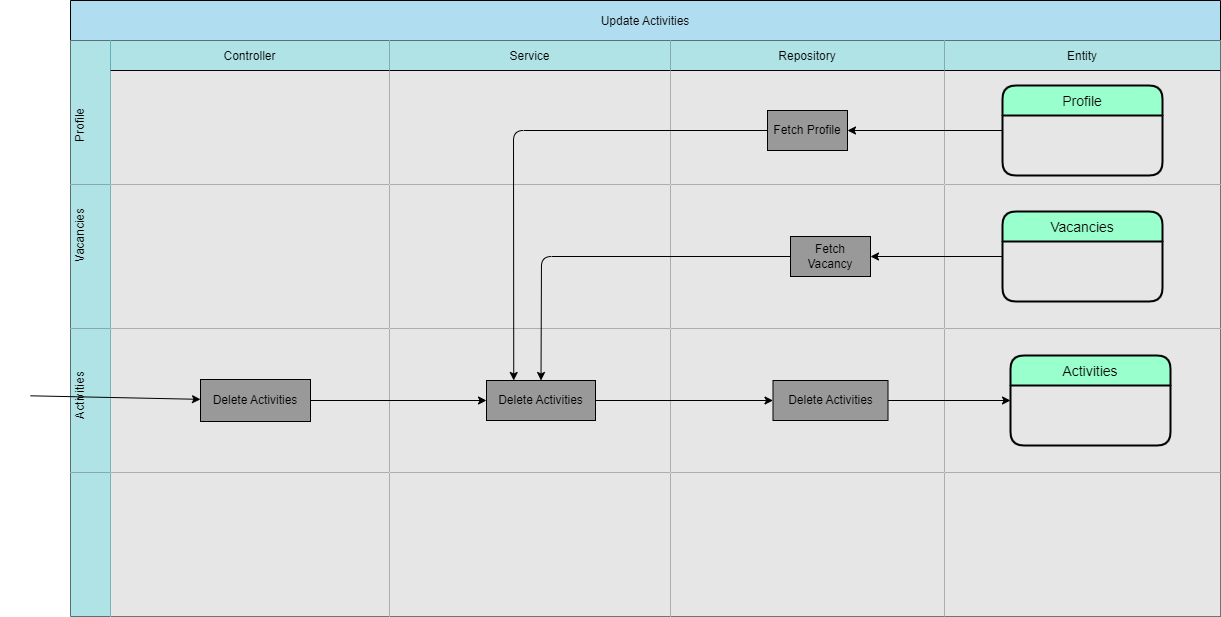
This is documents/asd/VAC-ASD-Delete-Activities-AS-v1.png from AaronSaya/educom-symfony-1690191754, a draw.io export, as it was before one commit. Source tidied: cells renumbered, new cells last; positions are measured from the earlier drawing's top-left corner, leaving out a move shared by most shapes.
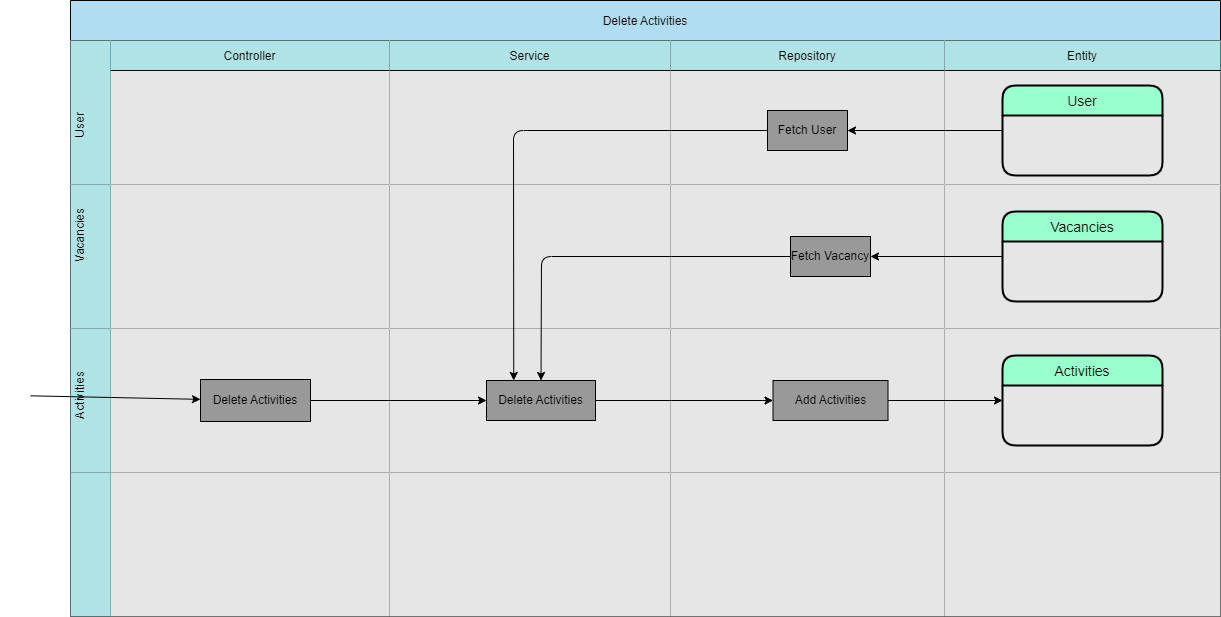
The same file after the commit.

Change to the diagram source:
```diff
@@ -2,7 +2,7 @@
   <root>
     <mxCell id="0" />
     <mxCell id="1" parent="0" />
-    <mxCell id="2" value="Update Activities" style="shape=table;startSize=40;fillColor=#b1ddf0;strokeColor=#000000;fontColor=#000000;" parent="1" vertex="1">
+    <mxCell id="2" value="Delete Activities" style="shape=table;startSize=40;fillColor=#b1ddf0;strokeColor=#000000;fontColor=#000000;" parent="1" vertex="1">
       <mxGeometry x="70" width="1150" height="616" as="geometry" />
     </mxCell>
     <mxCell id="3" style="shape=tableRow;horizontal=0;swimlaneHead=0;swimlaneBody=0;top=0;left=0;bottom=0;right=0;fontStyle=0;fillColor=#b0e3e6;startSize=40;strokeColor=#0e8088;fontColor=#000000;" parent="2" vertex="1">
@@ -17,13 +17,13 @@
     <mxCell id="6" value="Repository" style="swimlane;swimlaneHead=0;swimlaneBody=0;fontStyle=0;fillColor=#b0e3e6;startSize=30;strokeColor=#000000;fontColor=#000000;swimlaneFillColor=#E6E6E6;" parent="3" vertex="1">
       <mxGeometry x="600" width="274" height="144" as="geometry" />
     </mxCell>
-    <mxCell id="7" value="Fetch Profile" style="whiteSpace=wrap;html=1;fillColor=#999999;fontColor=#000000;" parent="6" vertex="1">
+    <mxCell id="7" value="Fetch User" style="whiteSpace=wrap;html=1;fillColor=#999999;fontColor=#000000;" parent="6" vertex="1">
       <mxGeometry x="97" y="70" width="80" height="40" as="geometry" />
     </mxCell>
     <mxCell id="8" value="Entity" style="swimlane;swimlaneHead=0;swimlaneBody=0;fontStyle=0;fillColor=#b0e3e6;startSize=30;strokeColor=#000000;fontColor=#000000;swimlaneFillColor=#E6E6E6;" parent="3" vertex="1">
       <mxGeometry x="874" width="276" height="144" as="geometry" />
     </mxCell>
-    <mxCell id="9" value="Profile" style="swimlane;horizontal=1;startSize=30;rounded=1;fontSize=14;fontStyle=0;strokeWidth=2;shadow=0;dashed=0;align=center;fillColor=#99FFCC;strokeColor=#000000;fontColor=#000000;" parent="8" vertex="1">
+    <mxCell id="9" value="User" style="swimlane;horizontal=1;startSize=30;rounded=1;fontSize=14;fontStyle=0;strokeWidth=2;shadow=0;dashed=0;align=center;fillColor=#99FFCC;strokeColor=#000000;fontColor=#000000;" parent="8" vertex="1">
       <mxGeometry x="58" y="45" width="160" height="90" as="geometry" />
     </mxCell>
     <mxCell id="10" style="edgeStyle=none;html=1;strokeColor=#000000;exitX=0;exitY=0.5;exitDx=0;exitDy=0;" parent="3" edge="1" source="9" target="7">
@@ -41,7 +41,7 @@
     <mxCell id="14" style="swimlane;swimlaneHead=0;swimlaneBody=0;fontStyle=0;fillColor=none;startSize=0;fontColor=#000000;swimlaneFillColor=#E6E6E6;strokeColor=#000000;" parent="11" vertex="1">
       <mxGeometry x="600" width="274" height="144" as="geometry" />
     </mxCell>
-    <mxCell id="15" value="Fetch Vacancy" style="whiteSpace=wrap;html=1;fillColor=#999999;fontColor=#000000;" parent="14" vertex="1">
+    <mxCell id="15" value="&lt;span style=&quot;&quot;&gt;Fetch&amp;nbsp;&lt;/span&gt;Vacancy" style="whiteSpace=wrap;html=1;fillColor=#999999;fontColor=#000000;" parent="14" vertex="1">
       <mxGeometry x="120" y="52" width="80" height="40" as="geometry" />
     </mxCell>
     <mxCell id="16" style="swimlane;swimlaneHead=0;swimlaneBody=0;fontStyle=0;fillColor=none;startSize=0;swimlaneFillColor=#E6E6E6;strokeColor=#000000;" parent="11" vertex="1">
@@ -59,26 +59,26 @@
     <mxCell id="20" style="swimlane;swimlaneHead=0;swimlaneBody=0;fontStyle=0;fillColor=none;startSize=0;swimlaneFillColor=#E6E6E6;strokeColor=#000000;" parent="19" vertex="1">
       <mxGeometry x="40" width="279" height="144" as="geometry" />
     </mxCell>
-    <mxCell id="21" value="Delete&amp;nbsp;&lt;span style=&quot;&quot;&gt;Activities&lt;/span&gt;" style="whiteSpace=wrap;html=1;fillColor=#999999;fillStyle=auto;fontColor=#000000;" parent="20" vertex="1">
+    <mxCell id="21" value="&lt;span style=&quot;&quot;&gt;Delete&amp;nbsp;&lt;/span&gt;&lt;span style=&quot;&quot;&gt;Activities&lt;/span&gt;" style="whiteSpace=wrap;html=1;fillColor=#999999;fillStyle=auto;fontColor=#000000;" parent="20" vertex="1">
       <mxGeometry x="90" y="51" width="110" height="42" as="geometry" />
     </mxCell>
     <mxCell id="22" style="swimlane;swimlaneHead=0;swimlaneBody=0;fontStyle=0;fillColor=none;startSize=0;swimlaneFillColor=#E6E6E6;strokeColor=#000000;" parent="19" vertex="1">
       <mxGeometry x="319" width="281" height="144" as="geometry" />
     </mxCell>
-    <mxCell id="23" value="Delete&amp;nbsp;&lt;span style=&quot;&quot;&gt;Activities&lt;/span&gt;" style="whiteSpace=wrap;html=1;fillColor=#999999;fontColor=#000000;" parent="22" vertex="1">
+    <mxCell id="23" value="&lt;span style=&quot;&quot;&gt;Delete&amp;nbsp;&lt;/span&gt;&lt;span style=&quot;&quot;&gt;Activities&lt;/span&gt;" style="whiteSpace=wrap;html=1;fillColor=#999999;fontColor=#000000;" parent="22" vertex="1">
       <mxGeometry x="97" y="52" width="109" height="40" as="geometry" />
     </mxCell>
     <mxCell id="24" style="swimlane;swimlaneHead=0;swimlaneBody=0;fontStyle=0;fillColor=none;startSize=0;swimlaneFillColor=#E6E6E6;strokeColor=#000000;" parent="19" vertex="1">
       <mxGeometry x="600" width="274" height="144" as="geometry" />
     </mxCell>
-    <mxCell id="25" value="Delete&amp;nbsp;&lt;span style=&quot;&quot;&gt;Activities&lt;/span&gt;" style="whiteSpace=wrap;html=1;fillColor=#999999;fontColor=#000000;align=center;" parent="24" vertex="1">
+    <mxCell id="25" value="&lt;span style=&quot;&quot;&gt;Add&amp;nbsp;&lt;/span&gt;&lt;span style=&quot;&quot;&gt;Activities&lt;/span&gt;" style="whiteSpace=wrap;html=1;fillColor=#999999;fontColor=#000000;align=center;" parent="24" vertex="1">
       <mxGeometry x="102.5" y="52" width="115" height="40" as="geometry" />
     </mxCell>
     <mxCell id="26" style="swimlane;swimlaneHead=0;swimlaneBody=0;fontStyle=0;fillColor=none;startSize=0;swimlaneFillColor=#E6E6E6;" parent="19" vertex="1">
       <mxGeometry x="874" width="276" height="144" as="geometry" />
     </mxCell>
     <mxCell id="27" value="Activities" style="swimlane;horizontal=1;startSize=30;rounded=1;fontSize=14;fontStyle=0;strokeWidth=2;shadow=0;dashed=0;align=center;fillColor=#99FFCC;strokeColor=#000000;fontColor=#000000;" parent="26" vertex="1">
-      <mxGeometry x="66" y="27" width="160" height="90" as="geometry" />
+      <mxGeometry x="58" y="27" width="160" height="90" as="geometry" />
     </mxCell>
     <mxCell id="28" style="edgeStyle=none;html=1;strokeColor=#000000;" parent="19" edge="1" source="23" target="25">
       <mxGeometry relative="1" as="geometry" />
@@ -86,9 +86,23 @@
     <mxCell id="29" style="edgeStyle=none;html=1;entryX=0;entryY=0.5;entryDx=0;entryDy=0;strokeColor=#000000;" parent="19" edge="1" source="21" target="23">
       <mxGeometry relative="1" as="geometry" />
     </mxCell>
-    <mxCell id="30" style="edgeStyle=none;html=1;entryX=0;entryY=0.5;entryDx=0;entryDy=0;strokeColor=#000000;" parent="19" edge="1" source="25" target="27">
+    <mxCell id="30" style="edgeStyle=none;html=1;exitX=1;exitY=0.5;exitDx=0;exitDy=0;entryX=0;entryY=0.5;entryDx=0;entryDy=0;strokeColor=#000000;" parent="19" edge="1" source="25" target="27">
       <mxGeometry relative="1" as="geometry" />
     </mxCell>
+    <mxCell id="36" style="edgeStyle=none;html=1;entryX=0.5;entryY=0;entryDx=0;entryDy=0;strokeColor=#000000;" parent="2" edge="1" source="15" target="23">
+      <mxGeometry relative="1" as="geometry">
+        <Array as="points">
+          <mxPoint x="471" y="256" />
+        </Array>
+      </mxGeometry>
+    </mxCell>
+    <mxCell id="37" style="edgeStyle=none;html=1;entryX=0.25;entryY=0;entryDx=0;entryDy=0;strokeColor=#000000;" parent="2" edge="1" source="7" target="23">
+      <mxGeometry relative="1" as="geometry">
+        <Array as="points">
+          <mxPoint x="443" y="130" />
+        </Array>
+      </mxGeometry>
+    </mxCell>
     <mxCell id="31" style="shape=tableRow;horizontal=0;swimlaneHead=0;swimlaneBody=0;top=0;left=0;bottom=0;right=0;fontStyle=0;fillColor=#b0e3e6;startSize=40;strokeColor=#0e8088;" parent="2" vertex="1">
       <mxGeometry y="472" width="1150" height="144" as="geometry" />
     </mxCell>
@@ -104,21 +118,7 @@
     <mxCell id="35" style="swimlane;swimlaneHead=0;swimlaneBody=0;fontStyle=0;fillColor=none;startSize=0;swimlaneFillColor=#E6E6E6;strokeColor=#000000;" parent="31" vertex="1">
       <mxGeometry x="874" width="276" height="144" as="geometry" />
     </mxCell>
-    <mxCell id="36" style="edgeStyle=none;html=1;entryX=0.5;entryY=0;entryDx=0;entryDy=0;strokeColor=#000000;" parent="2" edge="1" source="15" target="23">
-      <mxGeometry relative="1" as="geometry">
-        <Array as="points">
-          <mxPoint x="471" y="256" />
-        </Array>
-      </mxGeometry>
-    </mxCell>
-    <mxCell id="37" style="edgeStyle=none;html=1;entryX=0.25;entryY=0;entryDx=0;entryDy=0;strokeColor=#000000;" parent="2" edge="1" source="7" target="23">
-      <mxGeometry relative="1" as="geometry">
-        <Array as="points">
-          <mxPoint x="443" y="130" />
-        </Array>
-      </mxGeometry>
-    </mxCell>
-    <mxCell id="38" value="&lt;font color=&quot;#000000&quot;&gt;Profile&lt;/font&gt;" style="text;strokeColor=none;align=center;fillColor=none;html=1;verticalAlign=middle;whiteSpace=wrap;rounded=0;rotation=-90;" parent="1" vertex="1">
+    <mxCell id="38" value="&lt;font color=&quot;#000000&quot;&gt;User&lt;/font&gt;" style="text;strokeColor=none;align=center;fillColor=none;html=1;verticalAlign=middle;whiteSpace=wrap;rounded=0;rotation=-90;" parent="1" vertex="1">
       <mxGeometry x="50" y="110" width="60" height="30" as="geometry" />
     </mxCell>
     <mxCell id="39" value="&lt;font color=&quot;#000000&quot;&gt;Vacancies&lt;/font&gt;" style="text;strokeColor=none;align=center;fillColor=none;html=1;verticalAlign=middle;whiteSpace=wrap;rounded=0;rotation=-90;" parent="1" vertex="1">
```
